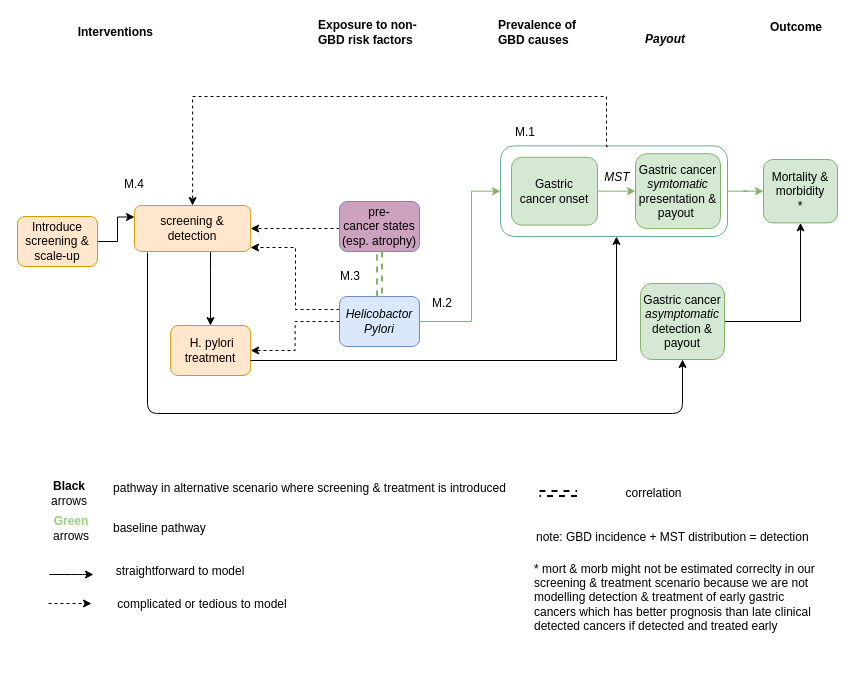
Earlier version of the draw.io diagram docs/source/concept_models/vivarium_swissre_stomachcancer/vivarium_concept_model_diagram_stomach_cancer.drawio (ihmeuw/vivarium_research). Source tidied: cells renumbered, new cells numbered last; positions are measured from the earlier drawing's top-left corner, leaving out a move shared by most shapes. Both pictures are drawn from the tidied source at 100%, with x=0, y=0 at pixel (17, 17).
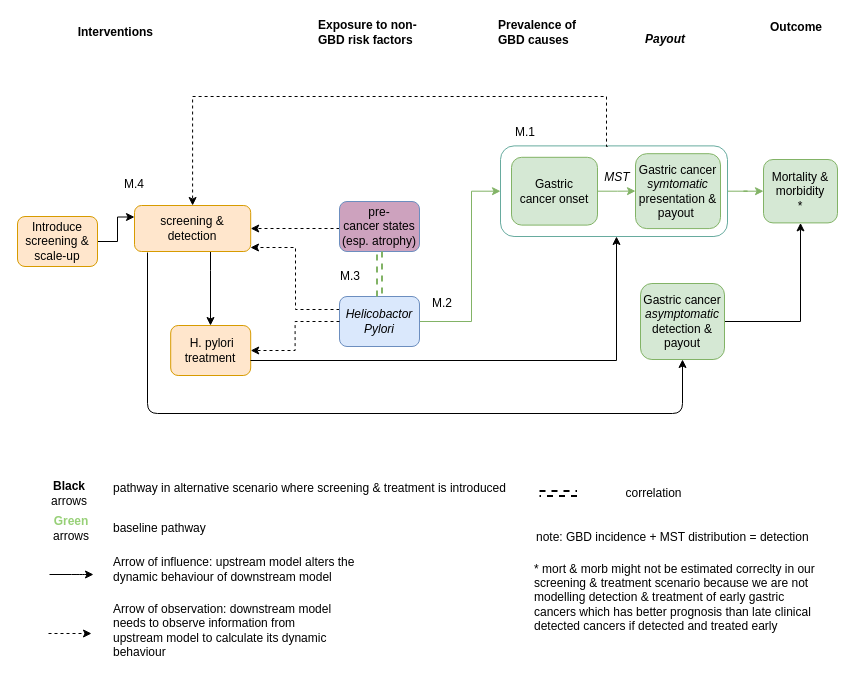
After the change.

Commit message (it also covers changes not shown here):
updated arrow definitions in CMD

Diff of the diagram source:
```diff
@@
     <mxCell id="43" style="endArrow=classic;html=1;strokeWidth=1;dashed=1;" parent="1" edge="1">
       <mxGeometry relative="1" as="geometry">
-        <mxPoint x="31" y="586" as="sourcePoint" />
-        <mxPoint x="74" y="586" as="targetPoint" />
+        <mxPoint x="31" y="616" as="sourcePoint" />
+        <mxPoint x="74" y="616" as="targetPoint" />
       </mxGeometry>
     </mxCell>
@@
-    <mxCell id="45" value="complicated or tedious to model" style="text;html=1;strokeColor=none;fillColor=none;align=center;verticalAlign=middle;whiteSpace=wrap;rounded=0;" parent="1" vertex="1">
-      <mxGeometry x="74" y="577" width="222" height="20" as="geometry" />
+    <mxCell id="45" value="Arrow of observation: downstream model needs to observe information from upstream model to calculate its dynamic behaviour" style="text;html=1;strokeColor=none;fillColor=none;align=left;verticalAlign=middle;whiteSpace=wrap;rounded=0;" parent="1" vertex="1">
+      <mxGeometry x="94" y="603" width="222" height="20" as="geometry" />
     </mxCell>
-    <mxCell id="46" value="straightforward to model" style="text;html=1;strokeColor=none;fillColor=none;align=center;verticalAlign=middle;whiteSpace=wrap;rounded=0;" parent="1" vertex="1">
-      <mxGeometry x="52" y="544" width="222" height="20" as="geometry" />
+    <mxCell id="46" value="Arrow of influence: upstream model alters the dynamic behaviour of downstream model" style="text;html=1;strokeColor=none;fillColor=none;align=left;verticalAlign=middle;whiteSpace=wrap;rounded=0;" parent="1" vertex="1">
+      <mxGeometry x="94" y="542" width="271" height="20" as="geometry" />
     </mxCell>
```
